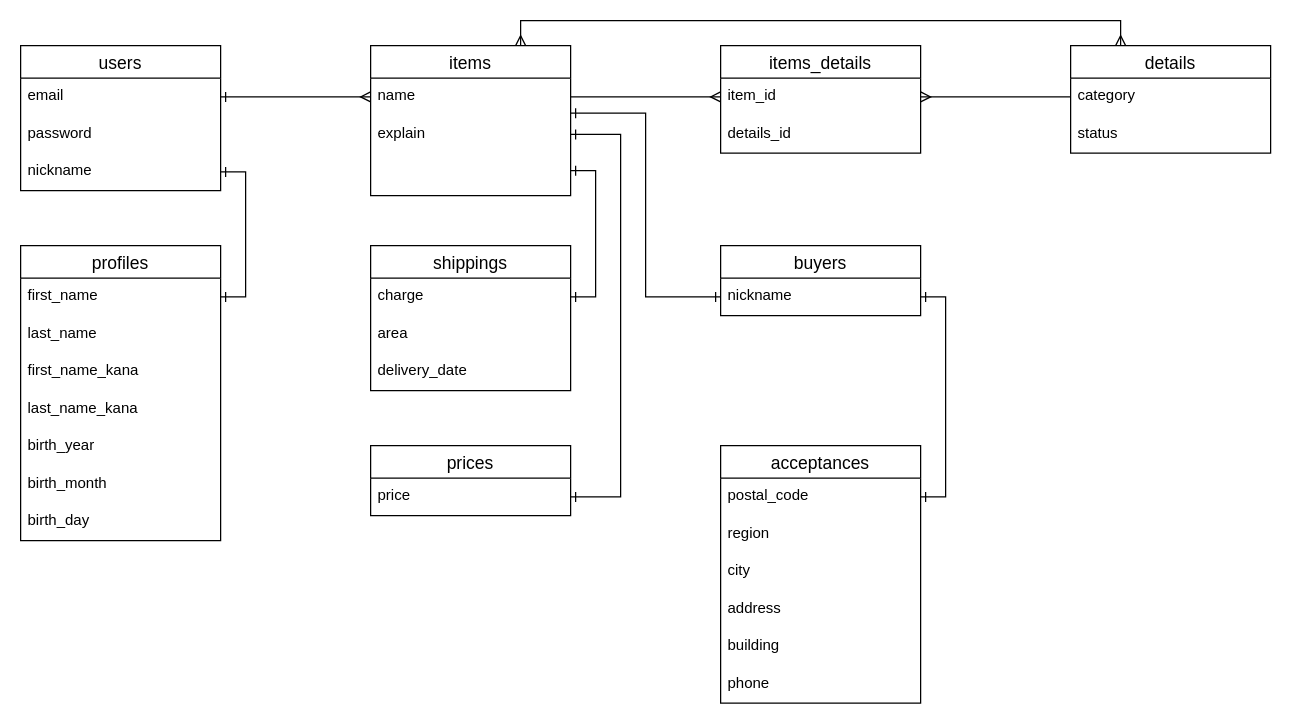
Earlier version of the draw.io diagram ER.dio (t10801606/furima-31126). Source tidied: cells renumbered, new cells numbered last; positions are measured from the earlier drawing's top-left corner, leaving out a move shared by most shapes. Both pictures are drawn from the tidied source at 125%, with x=0, y=0 at pixel (20, 45).
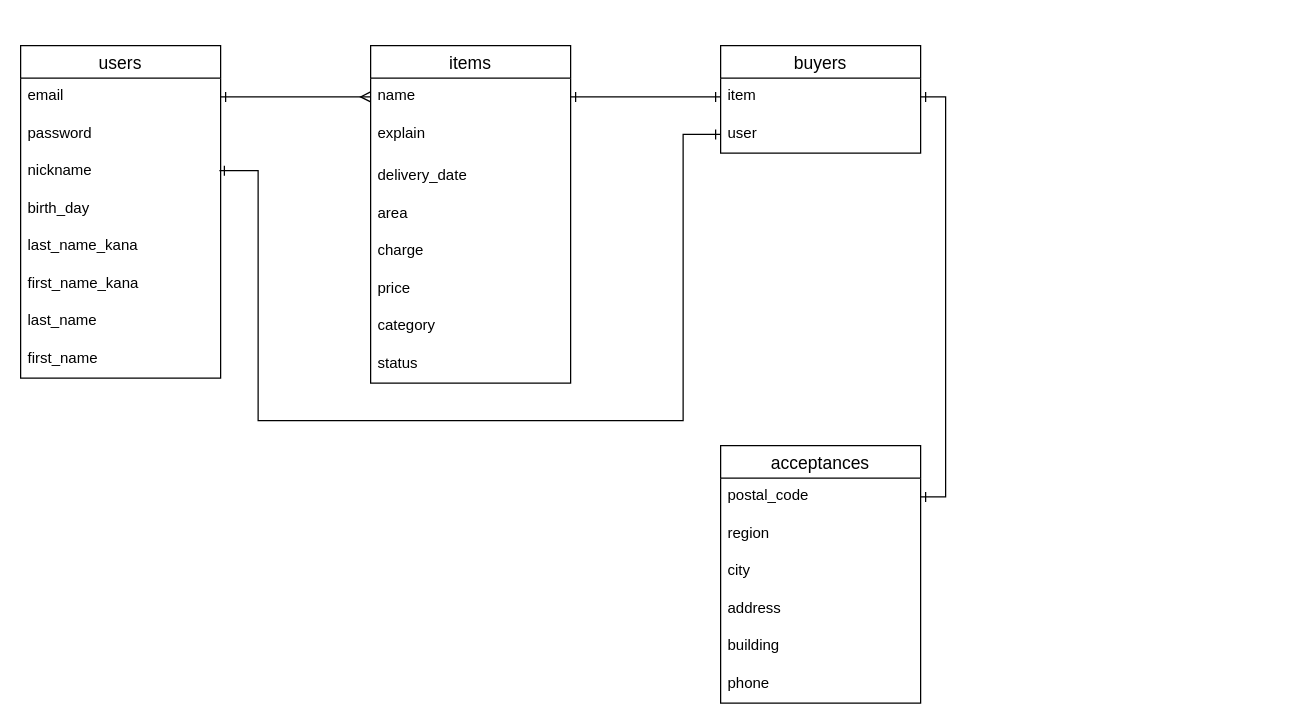
Above is the later version.

Commit message (it also covers changes not shown here):
DB設計の指摘修正

The change refers to these unchanged cells:
```xml
<mxCell id="7" value="name" style="text;strokeColor=none;fillColor=none;spacingLeft=4;spacingRight=4;overflow=hidden;points=[[0,0.5],[1,0.5]];portConstraint=eastwest;fontSize=12;" parent="6" vertex="1">
  <mxGeometry y="26" width="160" height="30" as="geometry" />
</mxCell>
<mxCell id="15" value="nickname" style="text;strokeColor=none;fillColor=none;spacingLeft=4;spacingRight=4;overflow=hidden;points=[[0,0.5],[1,0.5]];portConstraint=eastwest;fontSize=12;" parent="12" vertex="1">
  <mxGeometry y="86" width="160" height="30" as="geometry" />
</mxCell>
```

What changed in the source:
```diff
@@
-    <mxCell id="3" style="edgeStyle=orthogonalEdgeStyle;rounded=0;jettySize=auto;html=1;exitX=1;exitY=0.5;exitDx=0;exitDy=0;entryX=0;entryY=0.5;entryDx=0;entryDy=0;startArrow=none;startFill=0;endArrow=ERmany;endFill=0;" parent="1" edge="1" target="10">
-      <mxGeometry relative="1" as="geometry">
-        <mxPoint x="440" y="41" as="sourcePoint" />
-        <Array as="points">
-          <mxPoint x="560" y="41" />
-        </Array>
-      </mxGeometry>
-    </mxCell>
-    <mxCell id="4" style="edgeStyle=orthogonalEdgeStyle;rounded=0;jettySize=auto;html=1;exitX=1;exitY=0.5;exitDx=0;exitDy=0;entryX=0;entryY=0.5;entryDx=0;entryDy=0;startArrow=ERmany;startFill=0;endArrow=none;endFill=0;" parent="1" edge="1" source="10" target="25">
-      <mxGeometry relative="1" as="geometry" />
-    </mxCell>
-    <mxCell id="5" style="edgeStyle=orthogonalEdgeStyle;rounded=0;jettySize=auto;html=1;exitX=0.75;exitY=0;exitDx=0;exitDy=0;entryX=0.25;entryY=0;entryDx=0;entryDy=0;startArrow=ERmany;startFill=0;endArrow=ERmany;endFill=0;" parent="1" edge="1" source="6" target="24">
-      <mxGeometry relative="1" as="geometry" />
-    </mxCell>
     <mxCell id="6" value="items" style="swimlane;fontStyle=0;horizontal=1;startSize=26;align=center;fontSize=14;" parent="1" vertex="1">
-      <mxGeometry x="280" width="160" height="120" as="geometry" />
+      <mxGeometry x="280" width="160" height="270" as="geometry" />
     </mxCell>
@@
     <mxCell id="8" value="explain" style="text;strokeColor=none;fillColor=none;spacingLeft=4;spacingRight=4;overflow=hidden;points=[[0,0.5],[1,0.5]];portConstraint=eastwest;fontSize=12;" parent="6" vertex="1">
-      <mxGeometry y="56" width="160" height="64" as="geometry" />
+      <mxGeometry y="56" width="160" height="34" as="geometry" />
     </mxCell>
-    <mxCell id="9" value="items_details" style="swimlane;fontStyle=0;horizontal=1;startSize=26;align=center;fontSize=14;" parent="1" vertex="1">
-      <mxGeometry x="560" width="160" height="86" as="geometry" />
-    </mxCell>
-    <mxCell id="10" value="item_id" style="text;strokeColor=none;fillColor=none;spacingLeft=4;spacingRight=4;overflow=hidden;points=[[0,0.5],[1,0.5]];portConstraint=eastwest;fontSize=12;" parent="9" vertex="1">
-      <mxGeometry y="26" width="160" height="30" as="geometry" />
-    </mxCell>
-    <mxCell id="11" value="details_id" style="text;strokeColor=none;fillColor=none;spacingLeft=4;spacingRight=4;overflow=hidden;fontSize=12;" parent="9" vertex="1">
-      <mxGeometry y="56" width="160" height="30" as="geometry" />
-    </mxCell>
+    <mxCell id="31" value="delivery_date" style="text;strokeColor=none;fillColor=none;spacingLeft=4;spacingRight=4;overflow=hidden;fontSize=12;" parent="6" vertex="1">
+      <mxGeometry y="90" width="160" height="30" as="geometry" />
+    </mxCell>
+    <mxCell id="30" value="area" style="text;strokeColor=none;fillColor=none;spacingLeft=4;spacingRight=4;overflow=hidden;fontSize=12;" parent="6" vertex="1">
+      <mxGeometry y="120" width="160" height="30" as="geometry" />
+    </mxCell>
+    <mxCell id="29" value="charge" style="text;strokeColor=none;fillColor=none;spacingLeft=4;spacingRight=4;overflow=hidden;points=[[0,0.5],[1,0.5]];portConstraint=eastwest;fontSize=12;" parent="6" vertex="1">
+      <mxGeometry y="150" width="160" height="30" as="geometry" />
+    </mxCell>
+    <mxCell id="33" value="price" style="text;strokeColor=none;fillColor=none;spacingLeft=4;spacingRight=4;overflow=hidden;points=[[0,0.5],[1,0.5]];portConstraint=eastwest;fontSize=12;" parent="6" vertex="1">
+      <mxGeometry y="180" width="160" height="30" as="geometry" />
+    </mxCell>
+    <mxCell id="25" value="category" style="text;strokeColor=none;fillColor=none;spacingLeft=4;spacingRight=4;overflow=hidden;points=[[0,0.5],[1,0.5]];portConstraint=eastwest;fontSize=12;" parent="6" vertex="1">
+      <mxGeometry y="210" width="160" height="30" as="geometry" />
+    </mxCell>
+    <mxCell id="26" value="status" style="text;strokeColor=none;fillColor=none;spacingLeft=4;spacingRight=4;overflow=hidden;fontSize=12;" parent="6" vertex="1">
+      <mxGeometry y="240" width="160" height="30" as="geometry" />
+    </mxCell>
     <mxCell id="12" value="users" style="swimlane;fontStyle=0;horizontal=1;startSize=26;align=center;fontSize=14;" parent="1" vertex="1">
-      <mxGeometry width="160" height="116" as="geometry" />
+      <mxGeometry width="160" height="266" as="geometry" />
     </mxCell>
@@
-    <mxCell id="16" value="profiles" style="swimlane;fontStyle=0;horizontal=1;startSize=26;align=center;fontSize=14;" parent="1" vertex="1">
-      <mxGeometry y="160" width="160" height="236" as="geometry" />
-    </mxCell>
+    <mxCell id="23" value="birth_day" style="text;strokeColor=none;fillColor=none;spacingLeft=4;spacingRight=4;overflow=hidden;fontSize=12;" parent="12" vertex="1">
+      <mxGeometry y="116" width="160" height="30" as="geometry" />
+    </mxCell>
+    <mxCell id="20" value="last_name_kana" style="text;strokeColor=none;fillColor=none;spacingLeft=4;spacingRight=4;overflow=hidden;fontSize=12;" parent="12" vertex="1">
+      <mxGeometry y="146" width="160" height="30" as="geometry" />
+    </mxCell>
+    <mxCell id="19" value="first_name_kana" style="text;strokeColor=none;fillColor=none;spacingLeft=4;spacingRight=4;overflow=hidden;fontSize=12;" parent="12" vertex="1">
+      <mxGeometry y="176" width="160" height="30" as="geometry" />
+    </mxCell>
+    <mxCell id="18" value="last_name" style="text;strokeColor=none;fillColor=none;spacingLeft=4;spacingRight=4;overflow=hidden;fontSize=12;" parent="12" vertex="1">
+      <mxGeometry y="206" width="160" height="30" as="geometry" />
+    </mxCell>
-    <mxCell id="17" value="first_name" style="text;strokeColor=none;fillColor=none;spacingLeft=4;spacingRight=4;overflow=hidden;points=[[0,0.5],[1,0.5]];portConstraint=eastwest;fontSize=12;" parent="16" vertex="1">
-      <mxGeometry y="26" width="160" height="30" as="geometry" />
+    <mxCell id="17" value="first_name" style="text;strokeColor=none;fillColor=none;spacingLeft=4;spacingRight=4;overflow=hidden;points=[[0,0.5],[1,0.5]];portConstraint=eastwest;fontSize=12;" parent="12" vertex="1">
+      <mxGeometry y="236" width="160" height="30" as="geometry" />
     </mxCell>
-    <mxCell id="18" value="last_name" style="text;strokeColor=none;fillColor=none;spacingLeft=4;spacingRight=4;overflow=hidden;fontSize=12;" parent="16" vertex="1">
-      <mxGeometry y="56" width="160" height="30" as="geometry" />
-    </mxCell>
-    <mxCell id="19" value="first_name_kana" style="text;strokeColor=none;fillColor=none;spacingLeft=4;spacingRight=4;overflow=hidden;fontSize=12;" parent="16" vertex="1">
-      <mxGeometry y="86" width="160" height="30" as="geometry" />
-    </mxCell>
-    <mxCell id="20" value="last_name_kana" style="text;strokeColor=none;fillColor=none;spacingLeft=4;spacingRight=4;overflow=hidden;fontSize=12;" parent="16" vertex="1">
-      <mxGeometry y="116" width="160" height="30" as="geometry" />
-    </mxCell>
-    <mxCell id="21" value="birth_year" style="text;strokeColor=none;fillColor=none;spacingLeft=4;spacingRight=4;overflow=hidden;fontSize=12;" parent="16" vertex="1">
-      <mxGeometry y="146" width="160" height="30" as="geometry" />
-    </mxCell>
-    <mxCell id="22" value="birth_month" style="text;strokeColor=none;fillColor=none;spacingLeft=4;spacingRight=4;overflow=hidden;fontSize=12;" parent="16" vertex="1">
-      <mxGeometry y="176" width="160" height="30" as="geometry" />
-    </mxCell>
-    <mxCell id="23" value="birth_day" style="text;strokeColor=none;fillColor=none;spacingLeft=4;spacingRight=4;overflow=hidden;fontSize=12;" parent="16" vertex="1">
-      <mxGeometry y="206" width="160" height="30" as="geometry" />
-    </mxCell>
-    <mxCell id="24" value="details" style="swimlane;fontStyle=0;horizontal=1;startSize=26;align=center;fontSize=14;" parent="1" vertex="1">
-      <mxGeometry x="840" width="160" height="86" as="geometry" />
-    </mxCell>
-    <mxCell id="25" value="category" style="text;strokeColor=none;fillColor=none;spacingLeft=4;spacingRight=4;overflow=hidden;points=[[0,0.5],[1,0.5]];portConstraint=eastwest;fontSize=12;" parent="24" vertex="1">
-      <mxGeometry y="26" width="160" height="30" as="geometry" />
-    </mxCell>
-    <mxCell id="26" value="status" style="text;strokeColor=none;fillColor=none;spacingLeft=4;spacingRight=4;overflow=hidden;fontSize=12;" parent="24" vertex="1">
-      <mxGeometry y="56" width="160" height="30" as="geometry" />
-    </mxCell>
-    <mxCell id="27" style="edgeStyle=orthogonalEdgeStyle;rounded=0;jettySize=auto;html=1;exitX=1;exitY=0.5;exitDx=0;exitDy=0;entryX=1;entryY=0.5;entryDx=0;entryDy=0;startArrow=ERone;startFill=0;endArrow=ERone;endFill=0;" parent="1" edge="1" source="15" target="17">
-      <mxGeometry relative="1" as="geometry">
-        <Array as="points">
-          <mxPoint x="180" y="101" />
-          <mxPoint x="180" y="201" />
-        </Array>
-      </mxGeometry>
-    </mxCell>
-    <mxCell id="28" value="shippings" style="swimlane;fontStyle=0;horizontal=1;startSize=26;align=center;fontSize=14;" parent="1" vertex="1">
-      <mxGeometry x="280" y="160" width="160" height="116" as="geometry" />
-    </mxCell>
-    <mxCell id="29" value="charge" style="text;strokeColor=none;fillColor=none;spacingLeft=4;spacingRight=4;overflow=hidden;points=[[0,0.5],[1,0.5]];portConstraint=eastwest;fontSize=12;" parent="28" vertex="1">
-      <mxGeometry y="26" width="160" height="30" as="geometry" />
-    </mxCell>
-    <mxCell id="30" value="area" style="text;strokeColor=none;fillColor=none;spacingLeft=4;spacingRight=4;overflow=hidden;fontSize=12;" parent="28" vertex="1">
-      <mxGeometry y="56" width="160" height="30" as="geometry" />
-    </mxCell>
-    <mxCell id="31" value="delivery_date" style="text;strokeColor=none;fillColor=none;spacingLeft=4;spacingRight=4;overflow=hidden;fontSize=12;" parent="28" vertex="1">
-      <mxGeometry y="86" width="160" height="30" as="geometry" />
-    </mxCell>
-    <mxCell id="32" value="prices" style="swimlane;fontStyle=0;horizontal=1;startSize=26;align=center;fontSize=14;" parent="1" vertex="1">
-      <mxGeometry x="280" y="320" width="160" height="56" as="geometry" />
-    </mxCell>
-    <mxCell id="33" value="price" style="text;strokeColor=none;fillColor=none;spacingLeft=4;spacingRight=4;overflow=hidden;points=[[0,0.5],[1,0.5]];portConstraint=eastwest;fontSize=12;" parent="32" vertex="1">
-      <mxGeometry y="26" width="160" height="30" as="geometry" />
-    </mxCell>
-    <mxCell id="34" style="edgeStyle=orthogonalEdgeStyle;rounded=0;jettySize=auto;html=1;entryX=1;entryY=0.5;entryDx=0;entryDy=0;startArrow=ERone;startFill=0;endArrow=ERone;endFill=0;" parent="1" edge="1" target="33">
-      <mxGeometry relative="1" as="geometry">
-        <mxPoint x="440" y="71" as="sourcePoint" />
-        <Array as="points">
-          <mxPoint x="480" y="71" />
-          <mxPoint x="480" y="361" />
-        </Array>
-      </mxGeometry>
-    </mxCell>
-    <mxCell id="35" style="edgeStyle=orthogonalEdgeStyle;rounded=0;jettySize=auto;html=1;exitX=1;exitY=0.5;exitDx=0;exitDy=0;startArrow=ERone;startFill=0;endArrow=ERone;endFill=0;" parent="1" edge="1" source="29" target="8">
-      <mxGeometry relative="1" as="geometry">
-        <Array as="points">
-          <mxPoint x="460" y="201" />
-          <mxPoint x="460" y="100" />
-        </Array>
-      </mxGeometry>
-    </mxCell>
-    <mxCell id="36" value="buyers" style="swimlane;fontStyle=0;horizontal=1;startSize=26;align=center;fontSize=14;" parent="1" vertex="1">
-      <mxGeometry x="560" y="160" width="160" height="56" as="geometry" />
-    </mxCell>
-    <mxCell id="37" value="nickname" style="text;strokeColor=none;fillColor=none;spacingLeft=4;spacingRight=4;overflow=hidden;points=[[0,0.5],[1,0.5]];portConstraint=eastwest;fontSize=12;" parent="36" vertex="1">
-      <mxGeometry y="26" width="160" height="30" as="geometry" />
-    </mxCell>
@@
-    <mxCell id="46" style="edgeStyle=orthogonalEdgeStyle;rounded=0;jettySize=auto;html=1;exitX=0;exitY=0.5;exitDx=0;exitDy=0;entryX=1;entryY=-0.031;entryDx=0;entryDy=0;entryPerimeter=0;startArrow=ERone;startFill=0;endArrow=ERone;endFill=0;" parent="1" edge="1" source="37" target="8">
-      <mxGeometry relative="1" as="geometry" />
-    </mxCell>
+    <mxCell id="47" style="edgeStyle=orthogonalEdgeStyle;rounded=0;jettySize=auto;html=1;exitX=0;exitY=0.5;exitDx=0;exitDy=0;startArrow=ERone;startFill=0;endArrow=ERone;endFill=0;" parent="1" edge="1" source="48">
+      <mxGeometry relative="1" as="geometry">
+        <mxPoint x="159" y="100" as="targetPoint" />
+        <Array as="points">
+          <mxPoint x="530" y="71" />
+          <mxPoint x="530" y="300" />
+          <mxPoint x="190" y="300" />
+          <mxPoint x="190" y="100" />
+          <mxPoint x="159" y="100" />
+        </Array>
+      </mxGeometry>
+    </mxCell>
+    <mxCell id="36" value="buyers" style="swimlane;fontStyle=0;horizontal=1;startSize=26;align=center;fontSize=14;" parent="1" vertex="1">
+      <mxGeometry x="560" width="160" height="86" as="geometry" />
+    </mxCell>
+    <mxCell id="37" value="item" style="text;strokeColor=none;fillColor=none;spacingLeft=4;spacingRight=4;overflow=hidden;points=[[0,0.5],[1,0.5]];portConstraint=eastwest;fontSize=12;" parent="36" vertex="1">
+      <mxGeometry y="26" width="160" height="30" as="geometry" />
+    </mxCell>
+    <mxCell id="48" value="user" style="text;strokeColor=none;fillColor=none;spacingLeft=4;spacingRight=4;overflow=hidden;points=[[0,0.5],[1,0.5]];portConstraint=eastwest;fontSize=12;" parent="36" vertex="1">
+      <mxGeometry y="56" width="160" height="30" as="geometry" />
+    </mxCell>
+    <mxCell id="49" style="edgeStyle=orthogonalEdgeStyle;rounded=0;jettySize=auto;html=1;exitX=1;exitY=0.5;exitDx=0;exitDy=0;entryX=0;entryY=0.5;entryDx=0;entryDy=0;startArrow=ERone;startFill=0;endArrow=ERone;endFill=0;" parent="1" edge="1" source="7" target="37">
+      <mxGeometry relative="1" as="geometry" />
+    </mxCell>
```
